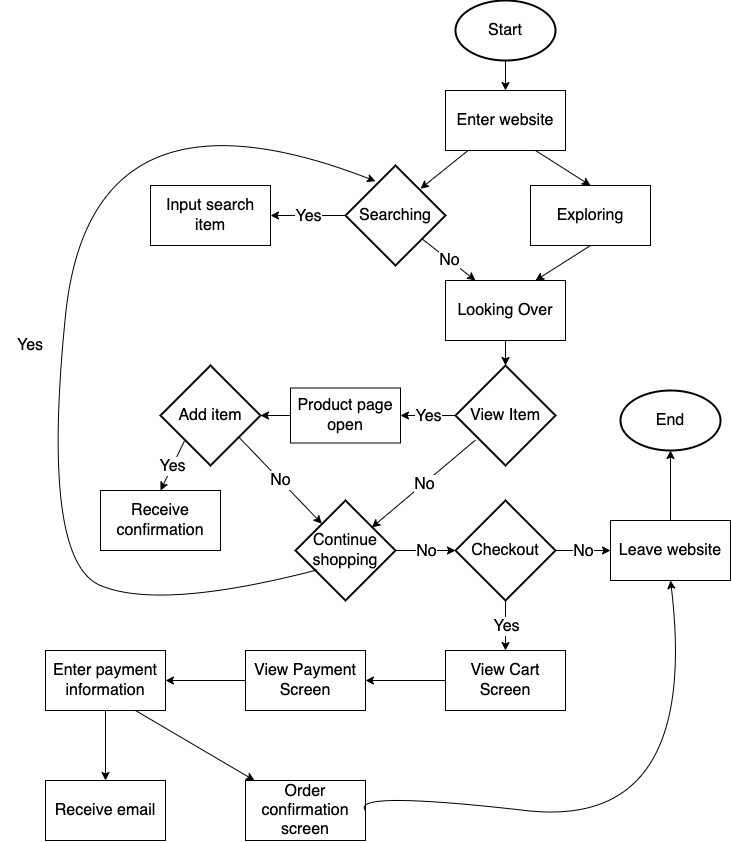
This is explore/diagramming/diagram.drawio.png from fillna/cse110_lab4, a draw.io export, as it was before one commit. Source tidied: cells renumbered, new cells last; positions are measured from the earlier drawing's top-left corner, leaving out a move shared by most shapes.
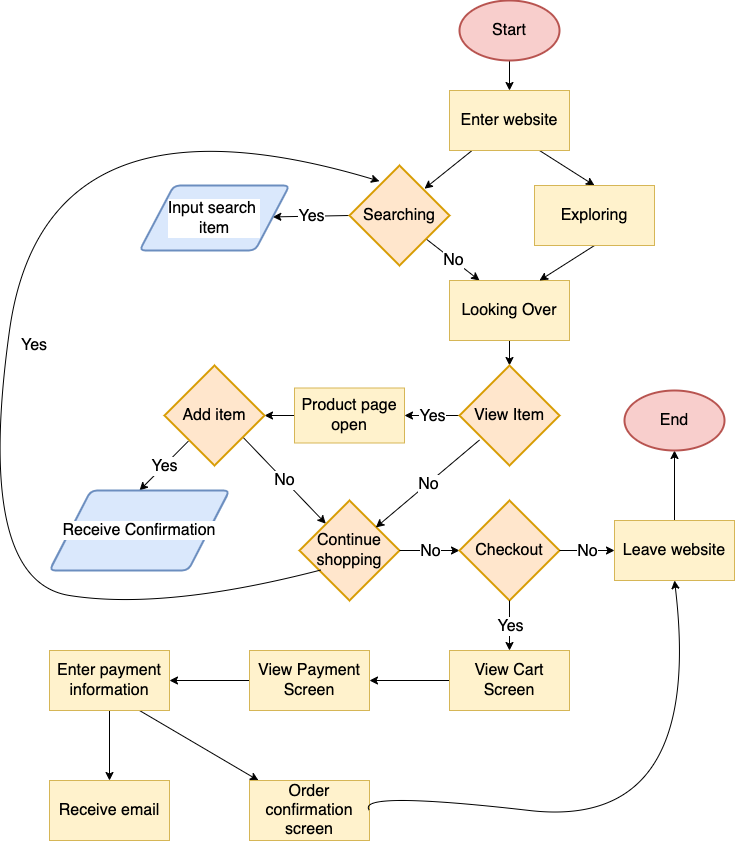
After the change.

Commit message:
update diagram background color

What changed in the source:
```diff
@@ -1,4 +1,4 @@
-<mxGraphModel>
+<mxGraphModel background="#FFFFFF">
   <root>
     <mxCell id="0" />
     <mxCell id="1" parent="0" />
@@ -11,7 +11,7 @@
     <mxCell id="4" style="edgeStyle=none;html=1;exitX=0.75;exitY=1;exitDx=0;exitDy=0;entryX=0.5;entryY=0;entryDx=0;entryDy=0;fontSize=16;" parent="1" edge="1" source="5" target="14">
       <mxGeometry relative="1" as="geometry" />
     </mxCell>
-    <mxCell id="5" value="Enter website" style="rounded=0;whiteSpace=wrap;html=1;fontSize=16;" parent="1" vertex="1">
+    <mxCell id="5" value="Enter website" style="rounded=0;whiteSpace=wrap;html=1;fontSize=16;fillColor=#fff2cc;strokeColor=#d6b656;" parent="1" vertex="1">
       <mxGeometry x="445" y="90" width="120" height="60" as="geometry" />
     </mxCell>
     <mxCell id="6" style="endArrow=classic;html=1;fontSize=16;exitX=0.763;exitY=0.732;exitDx=0;exitDy=0;entryX=0.25;entryY=0;entryDx=0;entryDy=0;exitPerimeter=0;" parent="1" edge="1" source="27" target="11">
@@ -20,7 +20,7 @@
     <mxCell id="7" value="No" style="edgeLabel;html=1;align=center;verticalAlign=middle;fontSize=16;" parent="6" vertex="1">
       <mxGeometry relative="1" as="geometry" />
     </mxCell>
-    <mxCell id="8" style="endArrow=classic;html=1;fontSize=16;exitX=0;exitY=0.5;exitDx=0;exitDy=0;entryX=1;entryY=0.5;entryDx=0;entryDy=0;exitPerimeter=0;" parent="1" edge="1" source="27" target="12">
+    <mxCell id="8" style="endArrow=classic;html=1;fontSize=16;exitX=0;exitY=0.5;exitDx=0;exitDy=0;exitPerimeter=0;" parent="1" edge="1" source="27" target="12">
       <mxGeometry relative="1" as="geometry" />
     </mxCell>
     <mxCell id="9" value="Yes" style="edgeLabel;html=1;align=center;verticalAlign=middle;fontSize=16;" parent="8" vertex="1">
@@ -29,16 +29,13 @@
     <mxCell id="10" style="edgeStyle=none;html=1;fontSize=16;entryX=0.5;entryY=0;entryDx=0;entryDy=0;entryPerimeter=0;" parent="1" edge="1" source="11" target="25">
       <mxGeometry relative="1" as="geometry" />
     </mxCell>
-    <mxCell id="11" value="Looking Over" style="rounded=0;whiteSpace=wrap;html=1;fontSize=16;" parent="1" vertex="1">
+    <mxCell id="11" value="Looking Over" style="rounded=0;whiteSpace=wrap;html=1;fontSize=16;fillColor=#fff2cc;strokeColor=#d6b656;" parent="1" vertex="1">
       <mxGeometry x="445" y="280" width="120" height="60" as="geometry" />
     </mxCell>
-    <mxCell id="12" value="Input search item" style="rounded=0;whiteSpace=wrap;html=1;fontSize=16;" parent="1" vertex="1">
-      <mxGeometry x="150" y="185" width="120" height="60" as="geometry" />
-    </mxCell>
     <mxCell id="13" style="edgeStyle=none;html=1;exitX=0.5;exitY=1;exitDx=0;exitDy=0;entryX=0.75;entryY=0;entryDx=0;entryDy=0;fontSize=16;" parent="1" edge="1" source="14" target="11">
       <mxGeometry relative="1" as="geometry" />
     </mxCell>
-    <mxCell id="14" value="Exploring" style="rounded=0;whiteSpace=wrap;html=1;fontSize=16;" parent="1" vertex="1">
+    <mxCell id="14" value="Exploring" style="rounded=0;whiteSpace=wrap;html=1;fontSize=16;fillColor=#fff2cc;strokeColor=#d6b656;" parent="1" vertex="1">
       <mxGeometry x="530" y="185" width="120" height="60" as="geometry" />
     </mxCell>
     <mxCell id="15" style="endArrow=classic;html=1;fontSize=16;exitX=0;exitY=0.5;exitDx=0;exitDy=0;entryX=1;entryY=0.5;entryDx=0;entryDy=0;exitPerimeter=0;" parent="1" edge="1" source="25" target="18">
@@ -50,10 +47,10 @@
     <mxCell id="17" style="edgeStyle=none;html=1;fontSize=16;exitX=0;exitY=0.5;exitDx=0;exitDy=0;entryX=1;entryY=0.5;entryDx=0;entryDy=0;entryPerimeter=0;" parent="1" edge="1" source="18" target="26">
       <mxGeometry relative="1" as="geometry" />
     </mxCell>
-    <mxCell id="18" value="Product page open" style="rounded=0;whiteSpace=wrap;html=1;fontSize=16;" parent="1" vertex="1">
+    <mxCell id="18" value="Product page open" style="rounded=0;whiteSpace=wrap;html=1;fontSize=16;fillColor=#fff2cc;strokeColor=#d6b656;" parent="1" vertex="1">
       <mxGeometry x="290" y="387.5" width="110" height="55" as="geometry" />
     </mxCell>
-    <mxCell id="19" style="endArrow=classic;html=1;fontSize=16;entryX=0.5;entryY=0;entryDx=0;entryDy=0;exitX=0.238;exitY=0.757;exitDx=0;exitDy=0;exitPerimeter=0;" parent="1" edge="1" source="26" target="23">
+    <mxCell id="19" style="endArrow=classic;html=1;fontSize=16;entryX=0.5;entryY=0;entryDx=0;entryDy=0;exitX=0.238;exitY=0.757;exitDx=0;exitDy=0;exitPerimeter=0;" parent="1" edge="1" source="26" target="53">
       <mxGeometry relative="1" as="geometry" />
     </mxCell>
     <mxCell id="20" value="Yes" style="edgeLabel;html=1;align=center;verticalAlign=middle;fontSize=16;" parent="19" vertex="1">
@@ -65,19 +62,16 @@
     <mxCell id="22" value="No" style="edgeLabel;html=1;align=center;verticalAlign=middle;fontSize=16;" parent="21" vertex="1">
       <mxGeometry relative="1" as="geometry" />
     </mxCell>
-    <mxCell id="23" value="Receive confirmation" style="rounded=0;whiteSpace=wrap;html=1;fontSize=16;" parent="1" vertex="1">
-      <mxGeometry x="100" y="490" width="120" height="60" as="geometry" />
-    </mxCell>
-    <mxCell id="24" value="Continue shopping" style="strokeWidth=2;html=1;shape=mxgraph.flowchart.decision;whiteSpace=wrap;fontSize=16;" parent="1" vertex="1">
+    <mxCell id="24" value="Continue shopping" style="strokeWidth=2;html=1;shape=mxgraph.flowchart.decision;whiteSpace=wrap;fontSize=16;fillColor=#ffe6cc;strokeColor=#d79b00;" parent="1" vertex="1">
       <mxGeometry x="295" y="500" width="100" height="100" as="geometry" />
     </mxCell>
-    <mxCell id="25" value="View Item" style="strokeWidth=2;html=1;shape=mxgraph.flowchart.decision;whiteSpace=wrap;fontSize=16;" parent="1" vertex="1">
+    <mxCell id="25" value="View Item" style="strokeWidth=2;html=1;shape=mxgraph.flowchart.decision;whiteSpace=wrap;fontSize=16;fillColor=#ffe6cc;strokeColor=#d79b00;" parent="1" vertex="1">
       <mxGeometry x="455" y="365" width="100" height="100" as="geometry" />
     </mxCell>
-    <mxCell id="26" value="Add item" style="strokeWidth=2;html=1;shape=mxgraph.flowchart.decision;whiteSpace=wrap;fontSize=16;" parent="1" vertex="1">
+    <mxCell id="26" value="Add item" style="strokeWidth=2;html=1;shape=mxgraph.flowchart.decision;whiteSpace=wrap;fontSize=16;fillColor=#ffe6cc;strokeColor=#d79b00;" parent="1" vertex="1">
       <mxGeometry x="160" y="365" width="100" height="100" as="geometry" />
     </mxCell>
-    <mxCell id="27" value="Searching" style="strokeWidth=2;html=1;shape=mxgraph.flowchart.decision;whiteSpace=wrap;fontSize=16;" parent="1" vertex="1">
+    <mxCell id="27" value="Searching" style="strokeWidth=2;html=1;shape=mxgraph.flowchart.decision;whiteSpace=wrap;fontSize=16;fillColor=#ffe6cc;strokeColor=#d79b00;" parent="1" vertex="1">
       <mxGeometry x="345" y="165" width="100" height="100" as="geometry" />
     </mxCell>
     <mxCell id="28" style="endArrow=classic;html=1;fontSize=16;exitX=0.2;exitY=0.745;exitDx=0;exitDy=0;exitPerimeter=0;entryX=0.763;entryY=0.27;entryDx=0;entryDy=0;entryPerimeter=0;" parent="1" edge="1" source="25" target="24">
@@ -96,15 +90,15 @@
       <mxGeometry relative="1" as="geometry">
         <Array as="points">
           <mxPoint x="160" y="610" />
-          <mxPoint x="40" y="560" />
-          <mxPoint x="90" y="70" />
+          <mxPoint x="-30" y="580" />
+          <mxPoint x="40" y="80" />
         </Array>
       </mxGeometry>
     </mxCell>
     <mxCell id="33" value="Yes" style="text;html=1;strokeColor=none;fillColor=none;align=center;verticalAlign=middle;whiteSpace=wrap;rounded=0;fontSize=16;" parent="1" vertex="1">
       <mxGeometry y="330" width="60" height="30" as="geometry" />
     </mxCell>
-    <mxCell id="34" value="Checkout" style="strokeWidth=2;html=1;shape=mxgraph.flowchart.decision;whiteSpace=wrap;fontSize=16;" parent="1" vertex="1">
+    <mxCell id="34" value="Checkout" style="strokeWidth=2;html=1;shape=mxgraph.flowchart.decision;whiteSpace=wrap;fontSize=16;fillColor=#ffe6cc;strokeColor=#d79b00;" parent="1" vertex="1">
       <mxGeometry x="455" y="500" width="100" height="100" as="geometry" />
     </mxCell>
     <mxCell id="35" style="endArrow=classic;html=1;fontSize=16;exitX=1;exitY=0.5;exitDx=0;exitDy=0;exitPerimeter=0;entryX=0;entryY=0.5;entryDx=0;entryDy=0;" parent="1" edge="1" source="34" target="38">
@@ -116,7 +110,7 @@
     <mxCell id="37" style="edgeStyle=none;html=1;fontSize=16;" parent="1" edge="1" source="38" target="51">
       <mxGeometry relative="1" as="geometry" />
     </mxCell>
-    <mxCell id="38" value="Leave website" style="rounded=0;whiteSpace=wrap;html=1;fontSize=16;" parent="1" vertex="1">
+    <mxCell id="38" value="Leave website" style="rounded=0;whiteSpace=wrap;html=1;fontSize=16;fillColor=#fff2cc;strokeColor=#d6b656;" parent="1" vertex="1">
       <mxGeometry x="610" y="520" width="120" height="60" as="geometry" />
     </mxCell>
     <mxCell id="39" style="endArrow=classic;html=1;fontSize=16;exitX=0.5;exitY=1;exitDx=0;exitDy=0;exitPerimeter=0;" parent="1" edge="1" source="34">
@@ -130,13 +124,13 @@
     <mxCell id="41" style="edgeStyle=none;html=1;fontSize=16;" parent="1" edge="1" source="42" target="44">
       <mxGeometry relative="1" as="geometry" />
     </mxCell>
-    <mxCell id="42" value="View Cart Screen" style="rounded=0;whiteSpace=wrap;html=1;fontSize=16;" parent="1" vertex="1">
+    <mxCell id="42" value="View Cart Screen" style="rounded=0;whiteSpace=wrap;html=1;fontSize=16;fillColor=#fff2cc;strokeColor=#d6b656;" parent="1" vertex="1">
       <mxGeometry x="445" y="650" width="120" height="60" as="geometry" />
     </mxCell>
     <mxCell id="43" style="edgeStyle=none;html=1;fontSize=16;" parent="1" edge="1" source="44" target="47">
       <mxGeometry relative="1" as="geometry" />
     </mxCell>
-    <mxCell id="44" value="View Payment Screen" style="rounded=0;whiteSpace=wrap;html=1;fontSize=16;" parent="1" vertex="1">
+    <mxCell id="44" value="View Payment Screen" style="rounded=0;whiteSpace=wrap;html=1;fontSize=16;fillColor=#fff2cc;strokeColor=#d6b656;" parent="1" vertex="1">
       <mxGeometry x="245" y="650" width="120" height="60" as="geometry" />
     </mxCell>
     <mxCell id="45" style="edgeStyle=none;html=1;fontSize=16;exitX=0.75;exitY=1;exitDx=0;exitDy=0;" parent="1" edge="1" source="47" target="48">
@@ -145,10 +139,10 @@
     <mxCell id="46" style="edgeStyle=none;html=1;fontSize=16;" parent="1" edge="1" source="47" target="50">
       <mxGeometry relative="1" as="geometry" />
     </mxCell>
-    <mxCell id="47" value="Enter payment information" style="rounded=0;whiteSpace=wrap;html=1;fontSize=16;" parent="1" vertex="1">
+    <mxCell id="47" value="Enter payment information" style="rounded=0;whiteSpace=wrap;html=1;fontSize=16;fillColor=#fff2cc;strokeColor=#d6b656;" parent="1" vertex="1">
       <mxGeometry x="45" y="650" width="120" height="60" as="geometry" />
     </mxCell>
-    <mxCell id="48" value="Order confirmation screen" style="rounded=0;whiteSpace=wrap;html=1;fontSize=16;" parent="1" vertex="1">
+    <mxCell id="48" value="Order confirmation screen" style="rounded=0;whiteSpace=wrap;html=1;fontSize=16;fillColor=#fff2cc;strokeColor=#d6b656;" parent="1" vertex="1">
       <mxGeometry x="245" y="780" width="120" height="60" as="geometry" />
     </mxCell>
     <mxCell id="49" style="curved=1;endArrow=classic;html=1;fontSize=16;entryX=0.5;entryY=1;entryDx=0;entryDy=0;exitX=1;exitY=0.5;exitDx=0;exitDy=0;" parent="1" edge="1" source="48" target="38">
@@ -159,14 +153,20 @@
         </Array>
       </mxGeometry>
     </mxCell>
-    <mxCell id="50" value="Receive email" style="whiteSpace=wrap;html=1;fontSize=16;rounded=0;" parent="1" vertex="1">
+    <mxCell id="50" value="Receive email" style="whiteSpace=wrap;html=1;fontSize=16;rounded=0;fillColor=#fff2cc;strokeColor=#d6b656;" parent="1" vertex="1">
       <mxGeometry x="45" y="780" width="120" height="60" as="geometry" />
     </mxCell>
-    <mxCell id="51" value="End" style="strokeWidth=2;html=1;shape=mxgraph.flowchart.start_1;whiteSpace=wrap;fontSize=16;" parent="1" vertex="1">
+    <mxCell id="51" value="End" style="strokeWidth=2;html=1;shape=mxgraph.flowchart.start_1;whiteSpace=wrap;fontSize=16;fillColor=#f8cecc;strokeColor=#b85450;" parent="1" vertex="1">
       <mxGeometry x="620" y="390" width="100" height="60" as="geometry" />
     </mxCell>
-    <mxCell id="52" value="Start" style="strokeWidth=2;html=1;shape=mxgraph.flowchart.start_1;whiteSpace=wrap;fontSize=16;" parent="1" vertex="1">
+    <mxCell id="52" value="Start" style="strokeWidth=2;html=1;shape=mxgraph.flowchart.start_1;whiteSpace=wrap;fontSize=16;fillColor=#f8cecc;strokeColor=#b85450;" parent="1" vertex="1">
       <mxGeometry x="455" width="100" height="60" as="geometry" />
     </mxCell>
+    <mxCell id="12" value="&lt;font style=&quot;font-size: 16px;&quot;&gt;Input search &lt;br&gt;item&lt;/font&gt;" style="shape=parallelogram;html=1;strokeWidth=2;perimeter=parallelogramPerimeter;whiteSpace=wrap;rounded=1;arcSize=12;size=0.23;labelBackgroundColor=#FFFFFF;fillColor=#dae8fc;strokeColor=#6c8ebf;" parent="1" vertex="1">
+      <mxGeometry x="135" y="185" width="150" height="65" as="geometry" />
+    </mxCell>
+    <mxCell id="53" value="Receive Confirmation" style="shape=parallelogram;html=1;strokeWidth=2;perimeter=parallelogramPerimeter;whiteSpace=wrap;rounded=1;arcSize=12;size=0.23;labelBackgroundColor=#FFFFFF;fontSize=16;fillColor=#dae8fc;strokeColor=#6c8ebf;" parent="1" vertex="1">
+      <mxGeometry x="45" y="490" width="180" height="80" as="geometry" />
+    </mxCell>
   </root>
 </mxGraphModel>
```
